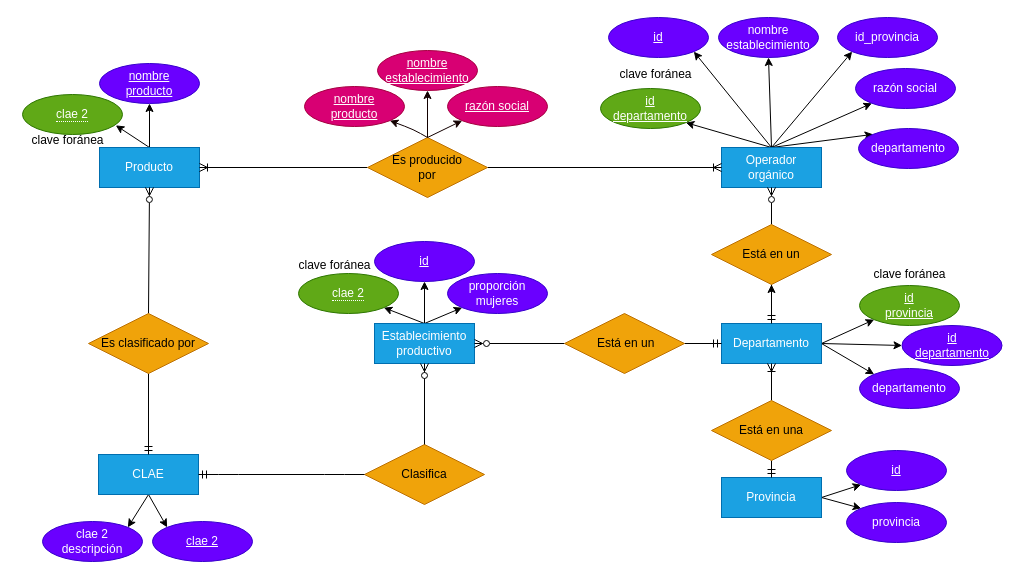
MarioSigal/TPs-Laboratorio_de_Datos keeps this draw.io diagram as DER.drawio. Above is the earlier version. Source tidied: cells renumbered, new cells numbered last; positions are measured from the earlier drawing's top-left corner, leaving out a move shared by most shapes. Both pictures are drawn from the tidied source at 100%, with x=0, y=0 at pixel (17, 17).
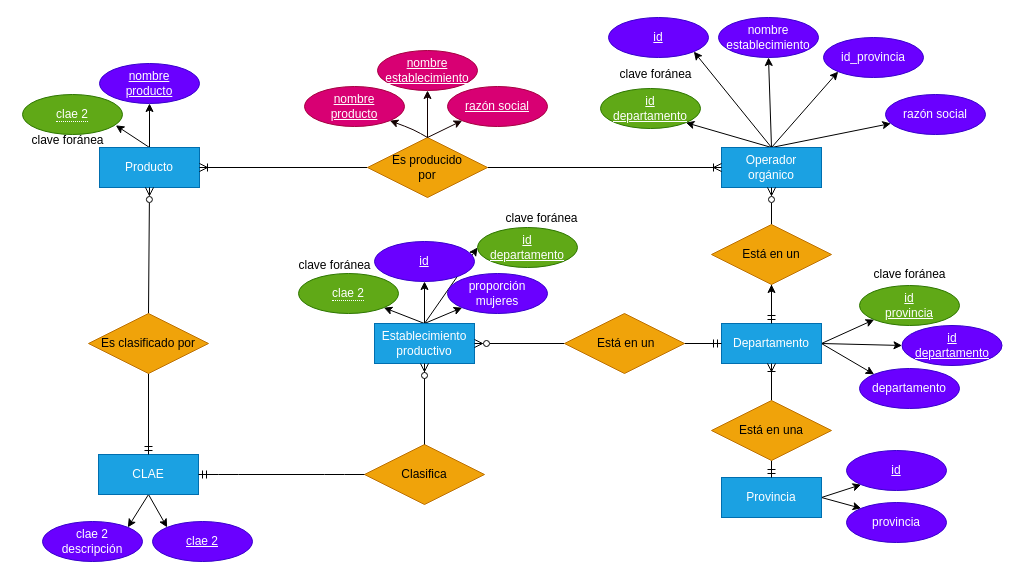
The same page after the edit.

The change refers to these unchanged cells:
```xml
<mxCell id="8" value="Operador&lt;br&gt;orgánico" style="whiteSpace=wrap;html=1;align=center;fillColor=#1ba1e2;fontColor=#ffffff;strokeColor=#006EAF;" parent="1" vertex="1">
  <mxGeometry x="704" y="130" width="100" height="40" as="geometry" />
</mxCell>
<mxCell id="32" value="Establecimiento&lt;br&gt;productivo" style="whiteSpace=wrap;html=1;align=center;fillColor=#1ba1e2;fontColor=#ffffff;strokeColor=#006EAF;" parent="1" vertex="1">
  <mxGeometry x="357" y="306" width="100" height="40" as="geometry" />
</mxCell>
```

Change to the diagram source:
```diff
@@
-    <mxCell id="7" style="edgeStyle=none;html=1;exitX=0.5;exitY=0;exitDx=0;exitDy=0;entryX=0;entryY=0;entryDx=0;entryDy=0;strokeColor=#000000;" parent="1" edge="1" source="8" target="68">
-      <mxGeometry relative="1" as="geometry" />
-    </mxCell>
@@
+    <mxCell id="73" style="edgeStyle=none;html=1;exitX=0.5;exitY=0;exitDx=0;exitDy=0;entryX=0;entryY=0.5;entryDx=0;entryDy=0;strokeColor=#000000;" parent="1" edge="1" source="32" target="74">
+      <mxGeometry relative="1" as="geometry" />
+    </mxCell>
@@
-    <mxCell id="68" value="departamento" style="ellipse;whiteSpace=wrap;html=1;align=center;fillColor=#6a00ff;fontColor=#ffffff;strokeColor=#3700CC;" parent="1" vertex="1">
-      <mxGeometry x="841" y="111" width="100" height="40" as="geometry" />
-    </mxCell>
     <mxCell id="69" value="id_provincia" style="ellipse;whiteSpace=wrap;html=1;align=center;fillColor=#6a00ff;fontColor=#ffffff;strokeColor=#3700CC;" parent="1" vertex="1">
-      <mxGeometry x="820" width="100" height="40" as="geometry" />
+      <mxGeometry x="806" y="20" width="100" height="40" as="geometry" />
     </mxCell>
@@
     <mxCell id="71" value="razón social" style="ellipse;whiteSpace=wrap;html=1;align=center;fillColor=#6a00ff;fontColor=#ffffff;strokeColor=#3700CC;" parent="1" vertex="1">
-      <mxGeometry x="838" y="51" width="100" height="40" as="geometry" />
+      <mxGeometry x="868" y="77" width="100" height="40" as="geometry" />
     </mxCell>
@@
+    <mxCell id="74" value="id&lt;br&gt;departamento" style="ellipse;whiteSpace=wrap;html=1;align=center;fontStyle=4;fillColor=#60a917;fontColor=#ffffff;strokeColor=#2D7600;" parent="1" vertex="1">
+      <mxGeometry x="460" y="210" width="100" height="40" as="geometry" />
+    </mxCell>
+    <mxCell id="75" value="&lt;font color=&quot;#000000&quot;&gt;clave foránea&lt;/font&gt;" style="text;html=1;align=center;verticalAlign=middle;strokeColor=none;fillColor=none;" parent="1" vertex="1">
+      <mxGeometry x="474" y="184" width="99" height="33" as="geometry" />
+    </mxCell>
```
